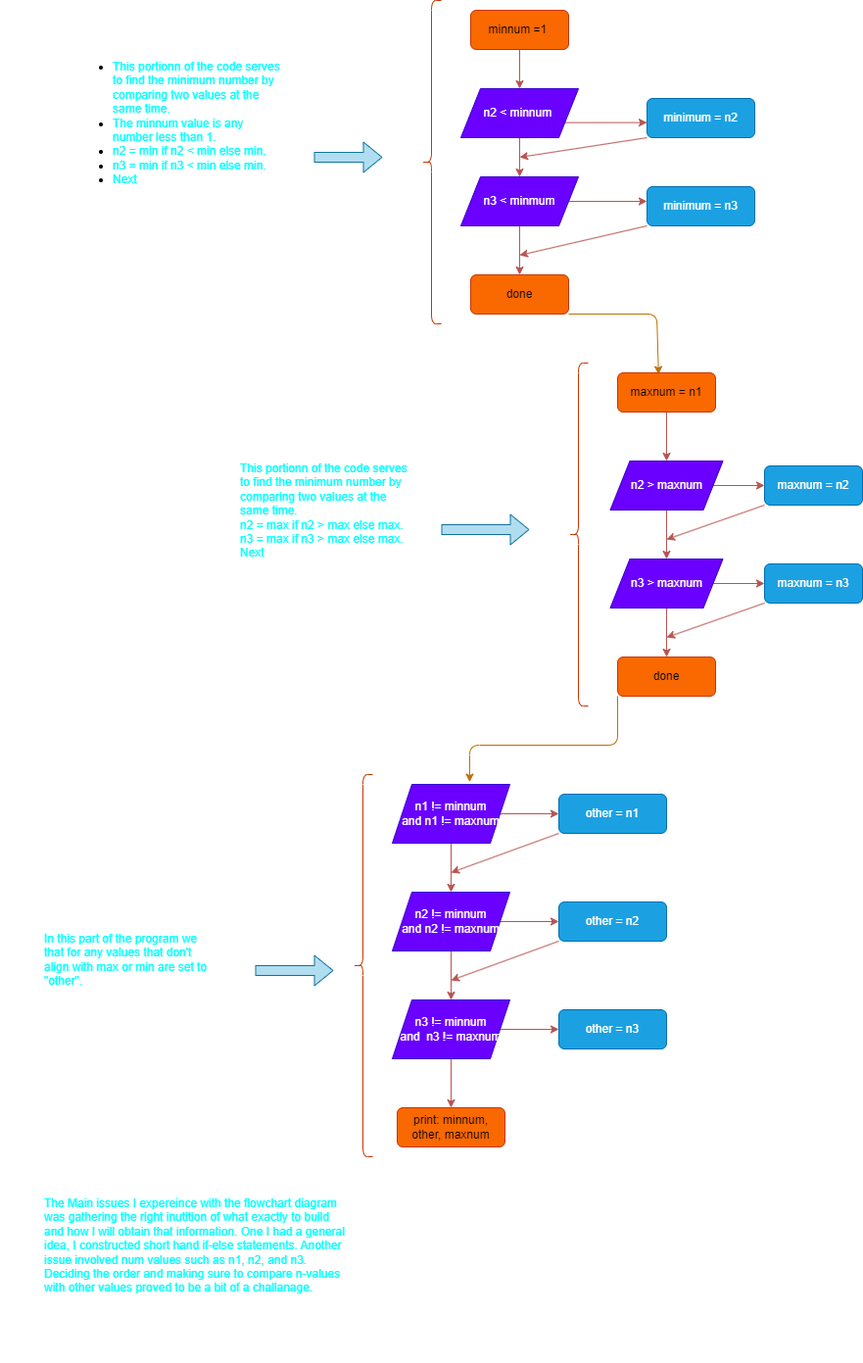
This is main.png from ipivanparra/AD-3-2-F, a draw.io export, as it was before one commit. Source tidied: cells renumbered, new cells last; positions are measured from the earlier drawing's top-left corner, leaving out a move shared by most shapes.
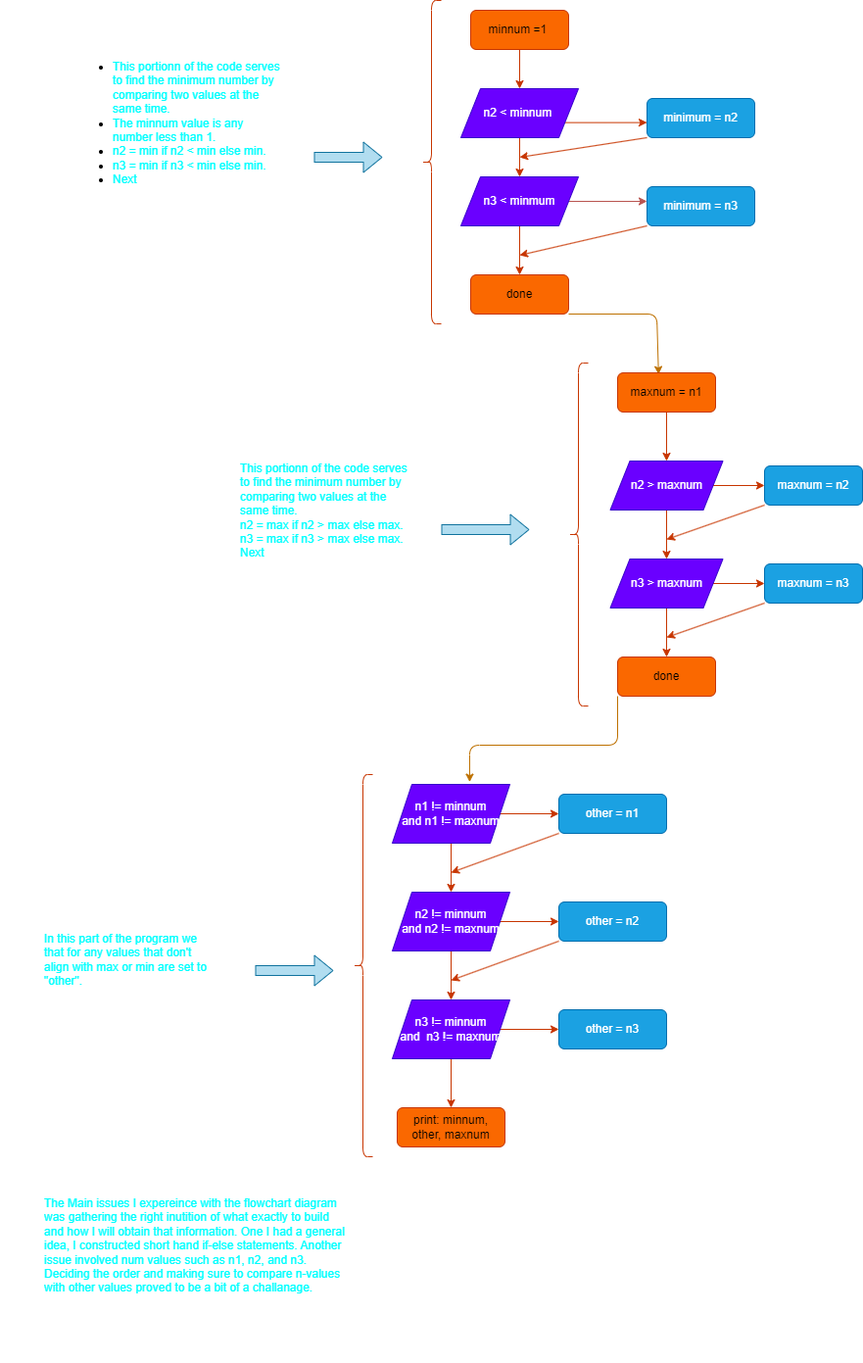
Later version of the same file.

Change to the diagram source:
```diff
@@ -2,22 +2,22 @@
   <root>
     <mxCell id="0" />
     <mxCell id="1" parent="0" />
-    <mxCell id="2" style="edgeStyle=none;html=1;exitX=0.5;exitY=1;exitDx=0;exitDy=0;entryX=0.5;entryY=0;entryDx=0;entryDy=0;fillColor=#f8cecc;gradientColor=#ea6b66;strokeColor=#b85450;" parent="1" edge="1" source="4" target="9">
+    <mxCell id="2" style="edgeStyle=none;html=1;exitX=0.5;exitY=1;exitDx=0;exitDy=0;entryX=0.5;entryY=0;entryDx=0;entryDy=0;fillColor=#fa6800;strokeColor=#C73500;" parent="1" edge="1" source="4" target="9">
       <mxGeometry relative="1" as="geometry" />
     </mxCell>
-    <mxCell id="3" style="edgeStyle=none;html=1;exitX=1;exitY=0.75;exitDx=0;exitDy=0;entryX=0;entryY=0.615;entryDx=0;entryDy=0;entryPerimeter=0;fillColor=#f8cecc;gradientColor=#ea6b66;strokeColor=#b85450;" parent="1" edge="1" source="4" target="13">
+    <mxCell id="3" style="edgeStyle=none;html=1;exitX=1;exitY=0.75;exitDx=0;exitDy=0;entryX=0;entryY=0.615;entryDx=0;entryDy=0;entryPerimeter=0;fillColor=#fa6800;strokeColor=#C73500;" parent="1" edge="1" source="4" target="13">
       <mxGeometry relative="1" as="geometry" />
     </mxCell>
     <mxCell id="4" value="n2 &amp;lt; minnum&amp;nbsp;" style="shape=parallelogram;perimeter=parallelogramPerimeter;whiteSpace=wrap;html=1;fixedSize=1;fillColor=#6a00ff;fontColor=#ffffff;strokeColor=#3700CC;" parent="1" vertex="1">
       <mxGeometry x="470" y="90" width="120" height="50" as="geometry" />
     </mxCell>
-    <mxCell id="5" style="edgeStyle=none;html=1;exitX=0.5;exitY=1;exitDx=0;exitDy=0;entryX=0.5;entryY=0;entryDx=0;entryDy=0;fillColor=#f8cecc;gradientColor=#ea6b66;strokeColor=#b85450;" parent="1" edge="1" source="6" target="4">
+    <mxCell id="5" style="edgeStyle=none;html=1;exitX=0.5;exitY=1;exitDx=0;exitDy=0;entryX=0.5;entryY=0;entryDx=0;entryDy=0;fillColor=#fa6800;strokeColor=#C73500;" parent="1" edge="1" source="6" target="4">
       <mxGeometry relative="1" as="geometry" />
     </mxCell>
     <mxCell id="6" value="minnum =1&amp;nbsp;" style="rounded=1;whiteSpace=wrap;html=1;fillColor=#fa6800;fontColor=#000000;strokeColor=#C73500;" parent="1" vertex="1">
       <mxGeometry x="480" y="10" width="100" height="40" as="geometry" />
     </mxCell>
-    <mxCell id="7" style="edgeStyle=none;html=1;exitX=0.5;exitY=1;exitDx=0;exitDy=0;entryX=0.5;entryY=0;entryDx=0;entryDy=0;fillColor=#f8cecc;gradientColor=#ea6b66;strokeColor=#b85450;" parent="1" edge="1" source="9" target="11">
+    <mxCell id="7" style="edgeStyle=none;html=1;exitX=0.5;exitY=1;exitDx=0;exitDy=0;entryX=0.5;entryY=0;entryDx=0;entryDy=0;fillColor=#fa6800;strokeColor=#C73500;" parent="1" edge="1" source="9" target="11">
       <mxGeometry relative="1" as="geometry" />
     </mxCell>
     <mxCell id="8" style="edgeStyle=none;html=1;exitX=1;exitY=0.5;exitDx=0;exitDy=0;entryX=0;entryY=0.375;entryDx=0;entryDy=0;entryPerimeter=0;fillColor=#f8cecc;strokeColor=#b85450;gradientColor=#ea6b66;" parent="1" edge="1" source="9" target="15">
@@ -36,7 +36,7 @@
     <mxCell id="11" value="done" style="rounded=1;whiteSpace=wrap;html=1;fillColor=#fa6800;fontColor=#000000;strokeColor=#C73500;" parent="1" vertex="1">
       <mxGeometry x="480" y="280" width="100" height="40" as="geometry" />
     </mxCell>
-    <mxCell id="12" style="edgeStyle=none;html=1;exitX=0;exitY=1;exitDx=0;exitDy=0;fillColor=#f8cecc;gradientColor=#ea6b66;strokeColor=#b85450;" parent="1" edge="1" source="13">
+    <mxCell id="12" style="edgeStyle=none;html=1;exitX=0;exitY=1;exitDx=0;exitDy=0;fillColor=#fa6800;strokeColor=#C73500;" parent="1" edge="1" source="13">
       <mxGeometry relative="1" as="geometry">
         <mxPoint x="530" y="160" as="targetPoint" />
       </mxGeometry>
@@ -44,7 +44,7 @@
     <mxCell id="13" value="minimum = n2" style="rounded=1;whiteSpace=wrap;html=1;fillColor=#1ba1e2;fontColor=#ffffff;strokeColor=#006EAF;" parent="1" vertex="1">
       <mxGeometry x="660" y="100" width="110" height="40" as="geometry" />
     </mxCell>
-    <mxCell id="14" style="edgeStyle=none;html=1;exitX=0;exitY=1;exitDx=0;exitDy=0;fillColor=#f8cecc;strokeColor=#b85450;gradientColor=#ea6b66;" parent="1" edge="1" source="15">
+    <mxCell id="14" style="edgeStyle=none;html=1;exitX=0;exitY=1;exitDx=0;exitDy=0;fillColor=#fa6800;strokeColor=#C73500;" parent="1" edge="1" source="15">
       <mxGeometry relative="1" as="geometry">
         <mxPoint x="530" y="260" as="targetPoint" />
       </mxGeometry>
@@ -55,31 +55,31 @@
     <mxCell id="16" style="shape=curlyBracket;whiteSpace=wrap;html=1;rounded=1;labelPosition=left;verticalLabelPosition=middle;align=right;verticalAlign=middle;fillColor=#fa6800;fontColor=#000000;strokeColor=#C73500;" parent="1" vertex="1">
       <mxGeometry x="430" width="20" height="330" as="geometry" />
     </mxCell>
-    <mxCell id="17" style="edgeStyle=none;html=1;exitX=0.5;exitY=1;exitDx=0;exitDy=0;entryX=0.5;entryY=0;entryDx=0;entryDy=0;fillColor=#f8cecc;gradientColor=#ea6b66;strokeColor=#b85450;" parent="1" edge="1" source="18" target="21">
+    <mxCell id="17" style="edgeStyle=none;html=1;exitX=0.5;exitY=1;exitDx=0;exitDy=0;entryX=0.5;entryY=0;entryDx=0;entryDy=0;fillColor=#fa6800;strokeColor=#C73500;" parent="1" edge="1" source="18" target="21">
       <mxGeometry relative="1" as="geometry" />
     </mxCell>
     <mxCell id="18" value="maxnum = n1" style="rounded=1;whiteSpace=wrap;html=1;fillColor=#fa6800;fontColor=#000000;strokeColor=#C73500;" parent="1" vertex="1">
       <mxGeometry x="630" y="380" width="100" height="40" as="geometry" />
     </mxCell>
-    <mxCell id="19" style="edgeStyle=none;html=1;exitX=0.5;exitY=1;exitDx=0;exitDy=0;entryX=0.5;entryY=0;entryDx=0;entryDy=0;fillColor=#f8cecc;gradientColor=#ea6b66;strokeColor=#b85450;" parent="1" edge="1" source="21" target="24">
+    <mxCell id="19" style="edgeStyle=none;html=1;exitX=0.5;exitY=1;exitDx=0;exitDy=0;entryX=0.5;entryY=0;entryDx=0;entryDy=0;fillColor=#fa6800;strokeColor=#C73500;" parent="1" edge="1" source="21" target="24">
       <mxGeometry relative="1" as="geometry" />
     </mxCell>
-    <mxCell id="20" style="edgeStyle=none;html=1;exitX=1;exitY=0.5;exitDx=0;exitDy=0;entryX=0;entryY=0.5;entryDx=0;entryDy=0;fillColor=#f8cecc;gradientColor=#ea6b66;strokeColor=#b85450;" parent="1" edge="1" source="21" target="26">
+    <mxCell id="20" style="edgeStyle=none;html=1;exitX=1;exitY=0.5;exitDx=0;exitDy=0;entryX=0;entryY=0.5;entryDx=0;entryDy=0;fillColor=#fa6800;strokeColor=#C73500;" parent="1" edge="1" source="21" target="26">
       <mxGeometry relative="1" as="geometry" />
     </mxCell>
     <mxCell id="21" value="n2 &amp;gt; maxnum" style="shape=parallelogram;perimeter=parallelogramPerimeter;whiteSpace=wrap;html=1;fixedSize=1;fillColor=#6a00ff;fontColor=#ffffff;strokeColor=#3700CC;" parent="1" vertex="1">
       <mxGeometry x="622.5" y="470" width="115" height="50" as="geometry" />
     </mxCell>
-    <mxCell id="22" style="edgeStyle=none;html=1;exitX=1;exitY=0.5;exitDx=0;exitDy=0;entryX=0;entryY=0.5;entryDx=0;entryDy=0;fillColor=#f8cecc;gradientColor=#ea6b66;strokeColor=#b85450;" parent="1" edge="1" source="24" target="28">
+    <mxCell id="22" style="edgeStyle=none;html=1;exitX=1;exitY=0.5;exitDx=0;exitDy=0;entryX=0;entryY=0.5;entryDx=0;entryDy=0;fillColor=#fa6800;strokeColor=#C73500;" parent="1" edge="1" source="24" target="28">
       <mxGeometry relative="1" as="geometry" />
     </mxCell>
-    <mxCell id="23" style="edgeStyle=none;html=1;exitX=0.5;exitY=1;exitDx=0;exitDy=0;entryX=0.5;entryY=0;entryDx=0;entryDy=0;fillColor=#f8cecc;gradientColor=#ea6b66;strokeColor=#b85450;" parent="1" edge="1" source="24" target="30">
+    <mxCell id="23" style="edgeStyle=none;html=1;exitX=0.5;exitY=1;exitDx=0;exitDy=0;entryX=0.5;entryY=0;entryDx=0;entryDy=0;fillColor=#fa6800;strokeColor=#C73500;" parent="1" edge="1" source="24" target="30">
       <mxGeometry relative="1" as="geometry" />
     </mxCell>
     <mxCell id="24" value="n3 &amp;gt; maxnum" style="shape=parallelogram;perimeter=parallelogramPerimeter;whiteSpace=wrap;html=1;fixedSize=1;fillColor=#6a00ff;fontColor=#ffffff;strokeColor=#3700CC;" parent="1" vertex="1">
       <mxGeometry x="622.5" y="570" width="115" height="50" as="geometry" />
     </mxCell>
-    <mxCell id="25" style="edgeStyle=none;html=1;exitX=0;exitY=1;exitDx=0;exitDy=0;fillColor=#f8cecc;gradientColor=#ea6b66;strokeColor=#b85450;" parent="1" edge="1" source="26">
+    <mxCell id="25" style="edgeStyle=none;html=1;exitX=0;exitY=1;exitDx=0;exitDy=0;fillColor=#fa6800;strokeColor=#C73500;" parent="1" edge="1" source="26">
       <mxGeometry relative="1" as="geometry">
         <mxPoint x="680" y="550" as="targetPoint" />
       </mxGeometry>
@@ -87,7 +87,7 @@
     <mxCell id="26" value="maxnum = n2" style="rounded=1;whiteSpace=wrap;html=1;fillColor=#1ba1e2;fontColor=#ffffff;strokeColor=#006EAF;" parent="1" vertex="1">
       <mxGeometry x="780" y="475" width="100" height="40" as="geometry" />
     </mxCell>
-    <mxCell id="27" style="edgeStyle=none;html=1;exitX=0;exitY=1;exitDx=0;exitDy=0;fillColor=#f8cecc;gradientColor=#ea6b66;strokeColor=#b85450;" parent="1" edge="1" source="28">
+    <mxCell id="27" style="edgeStyle=none;html=1;exitX=0;exitY=1;exitDx=0;exitDy=0;fillColor=#fa6800;strokeColor=#C73500;" parent="1" edge="1" source="28">
       <mxGeometry relative="1" as="geometry">
         <mxPoint x="680" y="650" as="targetPoint" />
       </mxGeometry>
@@ -109,28 +109,28 @@
     <mxCell id="31" style="shape=curlyBracket;whiteSpace=wrap;html=1;rounded=1;labelPosition=left;verticalLabelPosition=middle;align=right;verticalAlign=middle;fillColor=#fa6800;strokeColor=#C73500;fontColor=#000000;" parent="1" vertex="1">
       <mxGeometry x="580" y="370" width="20" height="350" as="geometry" />
     </mxCell>
-    <mxCell id="32" style="edgeStyle=none;html=1;exitX=0.5;exitY=1;exitDx=0;exitDy=0;entryX=0.5;entryY=0;entryDx=0;entryDy=0;fillColor=#f8cecc;gradientColor=#ea6b66;strokeColor=#b85450;" parent="1" edge="1" source="34" target="37">
+    <mxCell id="32" style="edgeStyle=none;html=1;exitX=0.5;exitY=1;exitDx=0;exitDy=0;entryX=0.5;entryY=0;entryDx=0;entryDy=0;fillColor=#fa6800;strokeColor=#C73500;" parent="1" edge="1" source="34" target="37">
       <mxGeometry relative="1" as="geometry" />
     </mxCell>
-    <mxCell id="33" style="edgeStyle=none;html=1;exitX=1;exitY=0.5;exitDx=0;exitDy=0;entryX=0;entryY=0.5;entryDx=0;entryDy=0;fillColor=#f8cecc;gradientColor=#ea6b66;strokeColor=#b85450;" parent="1" edge="1" source="34" target="43">
+    <mxCell id="33" style="edgeStyle=none;html=1;exitX=1;exitY=0.5;exitDx=0;exitDy=0;entryX=0;entryY=0.5;entryDx=0;entryDy=0;fillColor=#fa6800;strokeColor=#C73500;" parent="1" edge="1" source="34" target="43">
       <mxGeometry relative="1" as="geometry" />
     </mxCell>
     <mxCell id="34" value="n1 != minnum&lt;br&gt;and n1 != maxnum" style="shape=parallelogram;perimeter=parallelogramPerimeter;whiteSpace=wrap;html=1;fixedSize=1;fillColor=#6a00ff;fontColor=#ffffff;strokeColor=#3700CC;" parent="1" vertex="1">
       <mxGeometry x="400" y="800" width="120" height="60" as="geometry" />
     </mxCell>
-    <mxCell id="35" style="edgeStyle=none;html=1;exitX=0.5;exitY=1;exitDx=0;exitDy=0;entryX=0.5;entryY=0;entryDx=0;entryDy=0;fillColor=#f8cecc;gradientColor=#ea6b66;strokeColor=#b85450;" parent="1" edge="1" source="37" target="40">
+    <mxCell id="35" style="edgeStyle=none;html=1;exitX=0.5;exitY=1;exitDx=0;exitDy=0;entryX=0.5;entryY=0;entryDx=0;entryDy=0;fillColor=#fa6800;strokeColor=#C73500;" parent="1" edge="1" source="37" target="40">
       <mxGeometry relative="1" as="geometry" />
     </mxCell>
-    <mxCell id="36" style="edgeStyle=none;html=1;exitX=1;exitY=0.5;exitDx=0;exitDy=0;entryX=0;entryY=0.5;entryDx=0;entryDy=0;fillColor=#f8cecc;gradientColor=#ea6b66;strokeColor=#b85450;" parent="1" edge="1" source="37" target="45">
+    <mxCell id="36" style="edgeStyle=none;html=1;exitX=1;exitY=0.5;exitDx=0;exitDy=0;entryX=0;entryY=0.5;entryDx=0;entryDy=0;fillColor=#fa6800;strokeColor=#C73500;" parent="1" edge="1" source="37" target="45">
       <mxGeometry relative="1" as="geometry" />
     </mxCell>
     <mxCell id="37" value="n2 != minnum&lt;br&gt;and n2 != maxnum" style="shape=parallelogram;perimeter=parallelogramPerimeter;whiteSpace=wrap;html=1;fixedSize=1;fillColor=#6a00ff;fontColor=#ffffff;strokeColor=#3700CC;" parent="1" vertex="1">
       <mxGeometry x="400" y="910" width="120" height="60" as="geometry" />
     </mxCell>
-    <mxCell id="38" style="edgeStyle=none;html=1;exitX=0.5;exitY=1;exitDx=0;exitDy=0;entryX=0.5;entryY=0;entryDx=0;entryDy=0;fillColor=#f8cecc;gradientColor=#ea6b66;strokeColor=#b85450;" parent="1" edge="1" source="40" target="41">
+    <mxCell id="38" style="edgeStyle=none;html=1;exitX=0.5;exitY=1;exitDx=0;exitDy=0;entryX=0.5;entryY=0;entryDx=0;entryDy=0;fillColor=#fa6800;strokeColor=#C73500;" parent="1" edge="1" source="40" target="41">
       <mxGeometry relative="1" as="geometry" />
     </mxCell>
-    <mxCell id="39" style="edgeStyle=none;html=1;exitX=1;exitY=0.5;exitDx=0;exitDy=0;entryX=0;entryY=0.5;entryDx=0;entryDy=0;fillColor=#f8cecc;gradientColor=#ea6b66;strokeColor=#b85450;" parent="1" edge="1" source="40" target="46">
+    <mxCell id="39" style="edgeStyle=none;html=1;exitX=1;exitY=0.5;exitDx=0;exitDy=0;entryX=0;entryY=0.5;entryDx=0;entryDy=0;fillColor=#fa6800;strokeColor=#C73500;" parent="1" edge="1" source="40" target="46">
       <mxGeometry relative="1" as="geometry" />
     </mxCell>
     <mxCell id="40" value="n3 != minnum&lt;br&gt;and&amp;nbsp; n3 != maxnum" style="shape=parallelogram;perimeter=parallelogramPerimeter;whiteSpace=wrap;html=1;fixedSize=1;fillColor=#6a00ff;fontColor=#ffffff;strokeColor=#3700CC;" parent="1" vertex="1">
@@ -139,7 +139,7 @@
     <mxCell id="41" value="print: minnum, other, maxnum" style="rounded=1;whiteSpace=wrap;html=1;fillColor=#fa6800;fontColor=#000000;strokeColor=#C73500;" parent="1" vertex="1">
       <mxGeometry x="405" y="1130" width="110" height="40" as="geometry" />
     </mxCell>
-    <mxCell id="42" style="edgeStyle=none;html=1;exitX=0;exitY=1;exitDx=0;exitDy=0;fillColor=#f8cecc;gradientColor=#ea6b66;strokeColor=#b85450;" parent="1" edge="1" source="43">
+    <mxCell id="42" style="edgeStyle=none;html=1;exitX=0;exitY=1;exitDx=0;exitDy=0;fillColor=#fa6800;strokeColor=#C73500;" parent="1" edge="1" source="43">
       <mxGeometry relative="1" as="geometry">
         <mxPoint x="460" y="890" as="targetPoint" />
       </mxGeometry>
@@ -147,7 +147,7 @@
     <mxCell id="43" value="other = n1" style="rounded=1;whiteSpace=wrap;html=1;fillColor=#1ba1e2;fontColor=#ffffff;strokeColor=#006EAF;" parent="1" vertex="1">
       <mxGeometry x="570" y="810" width="110" height="40" as="geometry" />
     </mxCell>
-    <mxCell id="44" style="edgeStyle=none;html=1;exitX=0;exitY=1;exitDx=0;exitDy=0;fillColor=#f8cecc;gradientColor=#ea6b66;strokeColor=#b85450;" parent="1" edge="1" source="45">
+    <mxCell id="44" style="edgeStyle=none;html=1;exitX=0;exitY=1;exitDx=0;exitDy=0;fillColor=#fa6800;strokeColor=#C73500;" parent="1" edge="1" source="45">
       <mxGeometry relative="1" as="geometry">
         <mxPoint x="460" y="1000" as="targetPoint" />
       </mxGeometry>
```
